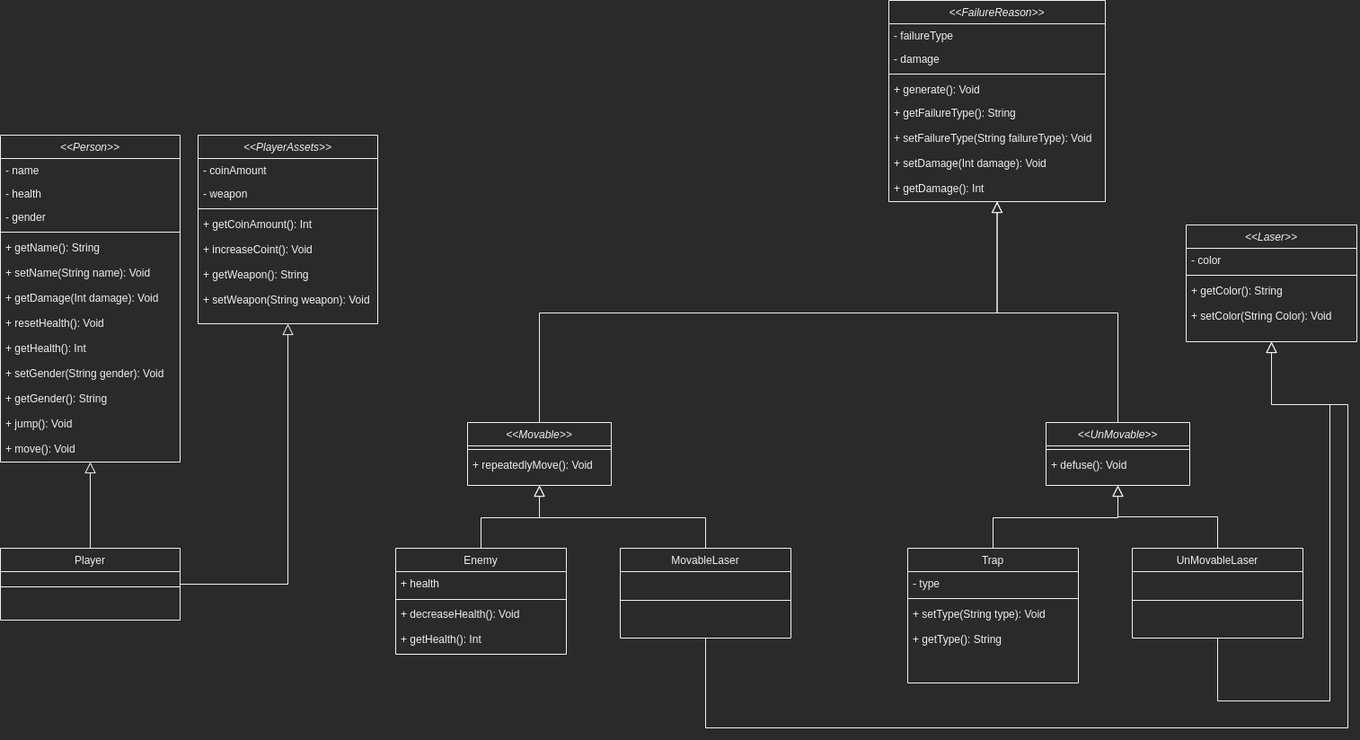
The draw.io diagram diagrams/classDiagram.png in faridEsnaashari/daneshgahSheigeraii, before a commit. Source tidied: cells renumbered, new cells last; positions are measured from the earlier drawing's top-left corner, leaving out a move shared by most shapes.
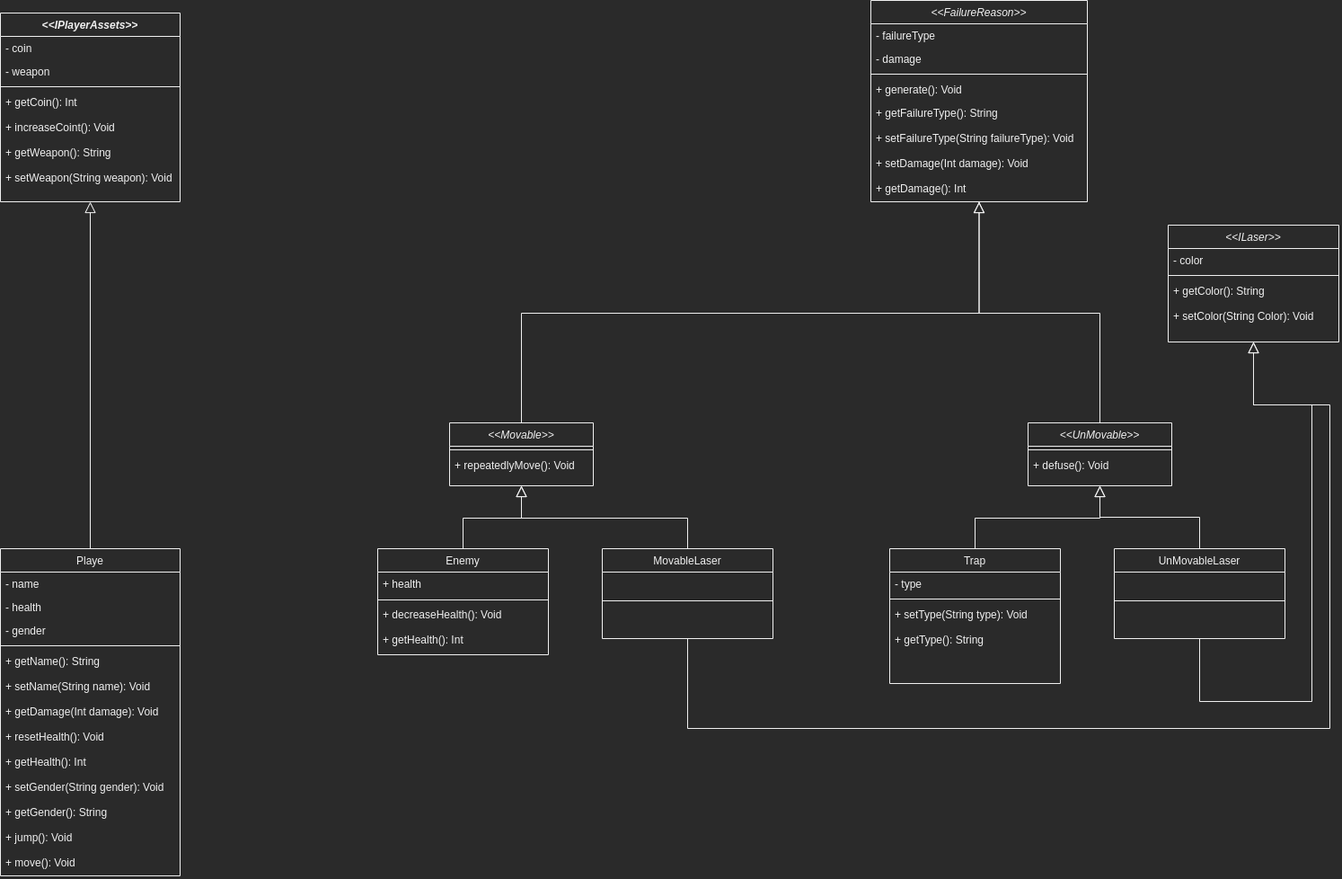
After the commit.

Commit message:
export from final change of diagram

Diff of the diagram source:
```diff
@@ -119,7 +119,7 @@
     <mxCell id="37" value="+ defuse(): Void" style="text;align=left;verticalAlign=top;spacingLeft=4;spacingRight=4;overflow=hidden;" parent="35" vertex="1">
       <mxGeometry y="34" width="160" height="26" as="geometry" />
     </mxCell>
-    <mxCell id="38" value="&lt;&lt;Laser&gt;&gt;" style="swimlane;fontStyle=2;align=center;verticalAlign=top;horizontal=1;startSize=26;rounded=0;shadow=0;strokeWidth=1;" parent="1" vertex="1">
+    <mxCell id="38" value="&lt;&lt;ILaser&gt;&gt;" style="swimlane;fontStyle=2;align=center;verticalAlign=top;horizontal=1;startSize=26;rounded=0;shadow=0;strokeWidth=1;" parent="1" vertex="1">
       <mxGeometry x="1320" y="250" width="190" height="130" as="geometry" />
     </mxCell>
     <mxCell id="39" value="- color" style="text;align=left;verticalAlign=top;spacingLeft=4;spacingRight=4;overflow=hidden;" parent="38" vertex="1">
@@ -159,8 +159,8 @@
     <mxCell id="48" style="align=left;verticalAlign=bottom;labelBackgroundColor=none;fontSize=12;" parent="46" vertex="1">
       <mxGeometry y="90" width="190" as="geometry" />
     </mxCell>
-    <mxCell id="49" value="&lt;&lt;Person&gt;&gt;" style="swimlane;fontStyle=2;align=center;verticalAlign=top;horizontal=1;startSize=26;rounded=0;shadow=0;strokeWidth=1;" parent="1" vertex="1">
-      <mxGeometry y="150" width="200" height="364" as="geometry" />
+    <mxCell id="49" value="Playe" style="swimlane;fontStyle=0;align=center;verticalAlign=top;horizontal=1;startSize=26;rounded=0;shadow=0;strokeWidth=1;" parent="1" vertex="1">
+      <mxGeometry x="20" y="610" width="200" height="364" as="geometry" />
     </mxCell>
     <mxCell id="50" value="- name" style="text;align=left;verticalAlign=top;spacingLeft=4;spacingRight=4;overflow=hidden;" parent="49" vertex="1">
       <mxGeometry y="26" width="200" height="26" as="geometry" />
@@ -204,25 +204,13 @@
     <mxCell id="63" value="+ move(): Void" style="text;align=left;verticalAlign=top;spacingLeft=4;spacingRight=4;overflow=hidden;" parent="49" vertex="1">
       <mxGeometry y="336" width="200" height="28" as="geometry" />
     </mxCell>
-    <mxCell id="64" style="edgeStyle=orthogonalEdgeStyle;rounded=0;jettySize=auto;html=1;exitX=0.5;exitY=0;exitDx=0;exitDy=0;entryX=0.5;entryY=1;entryDx=0;entryDy=0;startArrow=none;startFill=0;endArrow=block;endFill=0;endSize=10;" parent="1" edge="1" source="66" target="49">
-      <mxGeometry relative="1" as="geometry" />
-    </mxCell>
-    <mxCell id="65" style="edgeStyle=orthogonalEdgeStyle;rounded=0;jettySize=auto;html=1;entryX=0.5;entryY=1;entryDx=0;entryDy=0;startArrow=none;startFill=0;endArrow=block;endFill=0;endSize=10;" parent="1" edge="1" source="66" target="69">
+    <mxCell id="65" style="edgeStyle=orthogonalEdgeStyle;rounded=0;jettySize=auto;html=1;entryX=0.5;entryY=1;entryDx=0;entryDy=0;startArrow=none;startFill=0;endArrow=block;endFill=0;endSize=10;exitX=0.5;exitY=0;exitDx=0;exitDy=0;" parent="1" edge="1" source="49" target="69">
       <mxGeometry relative="1" as="geometry" />
     </mxCell>
-    <mxCell id="66" value="Player" style="swimlane;fontStyle=0;align=center;verticalAlign=top;horizontal=1;startSize=26;rounded=0;shadow=0;strokeWidth=1;" parent="1" vertex="1">
-      <mxGeometry y="610" width="200" height="80" as="geometry" />
-    </mxCell>
-    <mxCell id="67" style="line;html=1;strokeWidth=1;align=left;verticalAlign=middle;spacingTop=-1;spacingLeft=3;spacingRight=3;labelPosition=right;" parent="66" vertex="1">
-      <mxGeometry y="26" width="200" height="34" as="geometry" />
-    </mxCell>
-    <mxCell id="68" style="align=left;verticalAlign=bottom;labelBackgroundColor=none;fontSize=12;" parent="66" vertex="1">
-      <mxGeometry y="60" width="200" as="geometry" />
-    </mxCell>
-    <mxCell id="69" value="&lt;&lt;PlayerAssets&gt;&gt;" style="swimlane;fontStyle=2;align=center;verticalAlign=top;horizontal=1;startSize=26;rounded=0;shadow=0;strokeWidth=1;" parent="1" vertex="1">
-      <mxGeometry x="220" y="150" width="200" height="210" as="geometry" />
+    <mxCell id="69" value="&lt;&lt;IPlayerAssets&gt;&gt;" style="swimlane;fontStyle=3;align=center;verticalAlign=top;horizontal=1;startSize=26;rounded=0;shadow=0;strokeWidth=1;" parent="1" vertex="1">
+      <mxGeometry x="20" y="14" width="200" height="210" as="geometry" />
     </mxCell>
-    <mxCell id="70" value="- coinAmount" style="text;align=left;verticalAlign=top;spacingLeft=4;spacingRight=4;overflow=hidden;" parent="69" vertex="1">
+    <mxCell id="70" value="- coin" style="text;align=left;verticalAlign=top;spacingLeft=4;spacingRight=4;overflow=hidden;" parent="69" vertex="1">
       <mxGeometry y="26" width="200" height="26" as="geometry" />
     </mxCell>
     <mxCell id="71" value="- weapon" style="text;align=left;verticalAlign=top;spacingLeft=4;spacingRight=4;overflow=hidden;rounded=0;shadow=0;html=0;" parent="69" vertex="1">
@@ -231,7 +219,7 @@
     <mxCell id="72" style="line;html=1;strokeWidth=1;align=left;verticalAlign=middle;spacingTop=-1;spacingLeft=3;spacingRight=3;labelPosition=right;" parent="69" vertex="1">
       <mxGeometry y="78" width="200" height="8" as="geometry" />
     </mxCell>
-    <mxCell id="73" value="+ getCoinAmount(): Int" style="text;align=left;verticalAlign=top;spacingLeft=4;spacingRight=4;overflow=hidden;" parent="69" vertex="1">
+    <mxCell id="73" value="+ getCoin(): Int" style="text;align=left;verticalAlign=top;spacingLeft=4;spacingRight=4;overflow=hidden;" parent="69" vertex="1">
       <mxGeometry y="86" width="200" height="28" as="geometry" />
     </mxCell>
     <mxCell id="74" value="+ increaseCoint(): Void" style="text;align=left;verticalAlign=top;spacingLeft=4;spacingRight=4;overflow=hidden;" parent="69" vertex="1">
```
